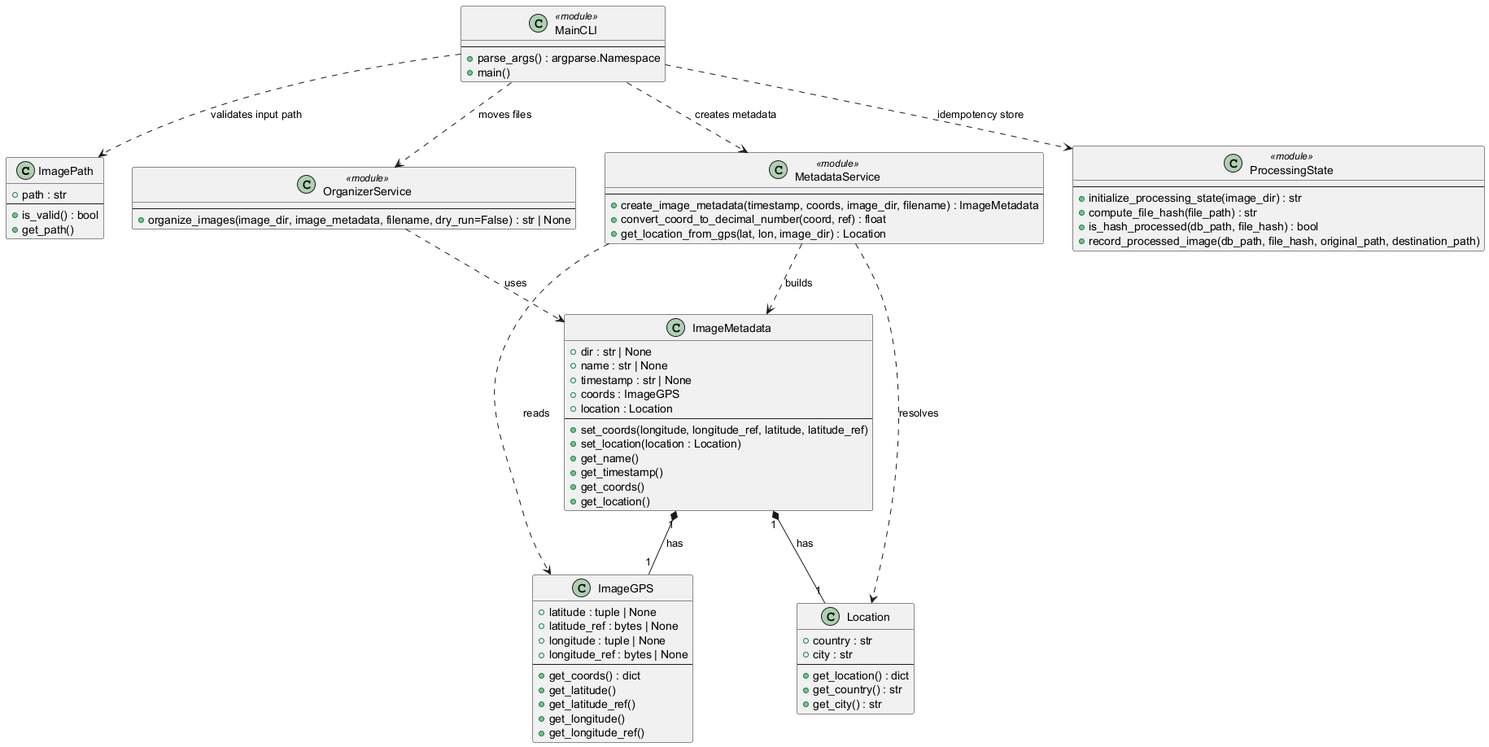
Before: assets/architecture/diagrams/class_diagram.png, a diagram exported from PlantUML (ansandnes/image-sorter).
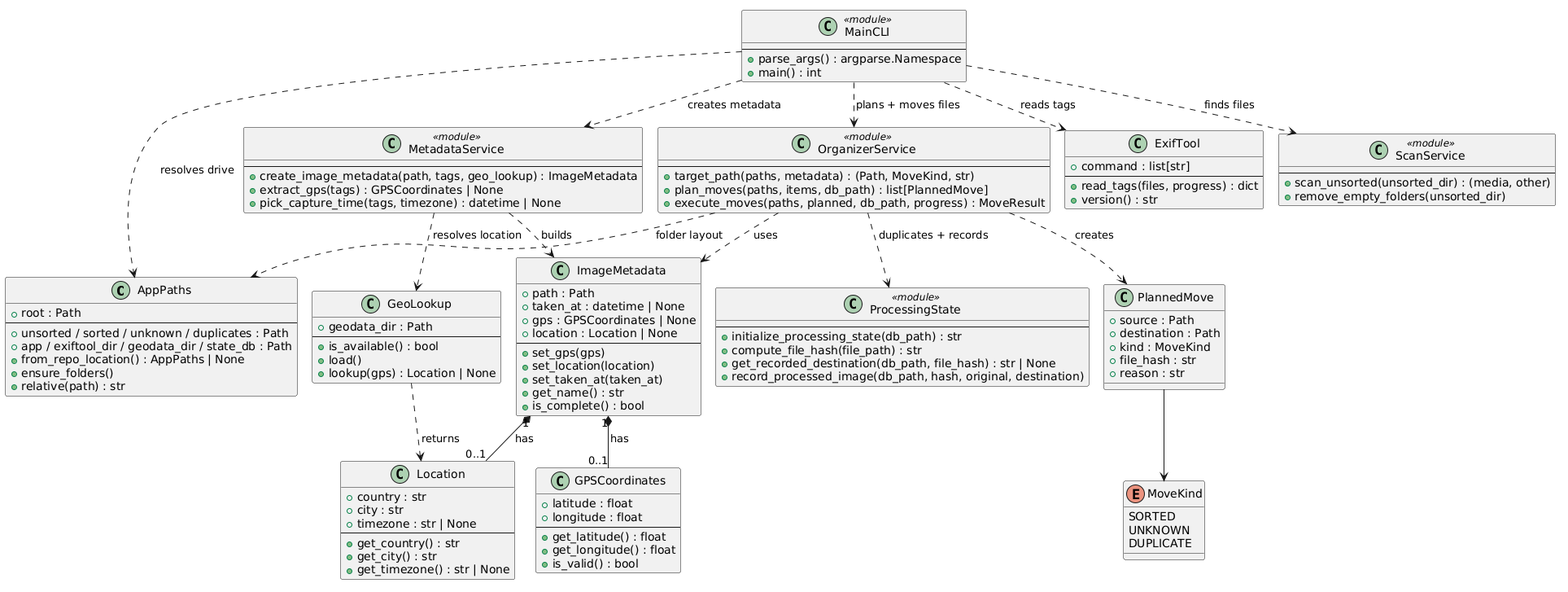
After the change.

Change to the diagram source:
```diff
@@ -1,86 +1,126 @@
 @startuml Image-Sorter
 
-class ImagePath {
-    +path : str
+class AppPaths {
+    +root : Path
     --
-    +is_valid() : bool
-    +get_path()
+    +unsorted / sorted / unknown / duplicates : Path
+    +app / exiftool_dir / geodata_dir / state_db : Path
+    +from_repo_location() : AppPaths | None
+    +ensure_folders()
+    +relative(path) : str
 }
 
-class ImageGPS {
-    +latitude : tuple | None
-    +latitude_ref : bytes | None
-    +longitude : tuple | None
-    +longitude_ref : bytes | None
+class GPSCoordinates {
+    +latitude : float
+    +longitude : float
     --
-    +get_coords() : dict
-    +get_latitude()
-    +get_latitude_ref()
-    +get_longitude()
-    +get_longitude_ref()
+    +get_latitude() : float
+    +get_longitude() : float
+    +is_valid() : bool
 }
 
 class Location {
     +country : str
     +city : str
+    +timezone : str | None
     --
-    +get_location() : dict
     +get_country() : str
     +get_city() : str
+    +get_timezone() : str | None
 }
 
 class ImageMetadata {
-    +dir : str | None
-    +name : str | None
-    +timestamp : str | None
-    +coords : ImageGPS
-    +location : Location
+    +path : Path
+    +taken_at : datetime | None
+    +gps : GPSCoordinates | None
+    +location : Location | None
     --
-    +set_coords(longitude, longitude_ref, latitude, latitude_ref)
-    +set_location(location : Location)
-    +get_name()
-    +get_timestamp()
-    +get_coords()
-    +get_location()
+    +set_gps(gps)
+    +set_location(location)
+    +set_taken_at(taken_at)
+    +get_name() : str
+    +is_complete() : bool
+}
+
+class ExifTool {
+    +command : list[str]
+    --
+    +read_tags(files, progress) : dict
+    +version() : str
+}
+
+class GeoLookup {
+    +geodata_dir : Path
+    --
+    +is_available() : bool
+    +load()
+    +lookup(gps) : Location | None
+}
+
+class PlannedMove {
+    +source : Path
+    +destination : Path
+    +kind : MoveKind
+    +file_hash : str
+    +reason : str
+}
+
+enum MoveKind {
+    SORTED
+    UNKNOWN
+    DUPLICATE
 }
 
 class MetadataService <<module>> {
     --
-    +create_image_metadata(timestamp, coords, image_dir, filename) : ImageMetadata
-    +convert_coord_to_decimal_number(coord, ref) : float
-    +get_location_from_gps(lat, lon, image_dir) : Location
+    +create_image_metadata(path, tags, geo_lookup) : ImageMetadata
+    +extract_gps(tags) : GPSCoordinates | None
+    +pick_capture_time(tags, timezone) : datetime | None
 }
 
 class OrganizerService <<module>> {
     --
-    +organize_images(image_dir, image_metadata, filename, dry_run=False) : str | None
+    +target_path(paths, metadata) : (Path, MoveKind, str)
+    +plan_moves(paths, items, db_path) : list[PlannedMove]
+    +execute_moves(paths, planned, db_path, progress) : MoveResult
+}
+
+class ScanService <<module>> {
+    --
+    +scan_unsorted(unsorted_dir) : (media, other)
+    +remove_empty_folders(unsorted_dir)
 }
 
 class ProcessingState <<module>> {
     --
-    +initialize_processing_state(image_dir) : str
+    +initialize_processing_state(db_path) : str
     +compute_file_hash(file_path) : str
-    +is_hash_processed(db_path, file_hash) : bool
-    +record_processed_image(db_path, file_hash, original_path, destination_path)
+    +get_recorded_destination(db_path, file_hash) : str | None
+    +record_processed_image(db_path, hash, original, destination)
 }
 
 class MainCLI <<module>> {
     --
     +parse_args() : argparse.Namespace
-    +main()
+    +main() : int
 }
 
 
-ImageMetadata "1" *-- "1" ImageGPS : has
-ImageMetadata "1" *-- "1" Location : has
+ImageMetadata "1" *-- "0..1" GPSCoordinates : has
+ImageMetadata "1" *-- "0..1" Location : has
+PlannedMove --> MoveKind
 
 MetadataService ..> ImageMetadata : builds
-MetadataService ..> ImageGPS : reads
-MetadataService ..> Location : resolves
+MetadataService ..> GeoLookup : resolves location
+GeoLookup ..> Location : returns
 OrganizerService ..> ImageMetadata : uses
-MainCLI ..> ImagePath : validates input path
+OrganizerService ..> PlannedMove : creates
+OrganizerService ..> ProcessingState : duplicates + records
+OrganizerService ..> AppPaths : folder layout
+MainCLI ..> AppPaths : resolves drive
+MainCLI ..> ScanService : finds files
+MainCLI ..> ExifTool : reads tags
 MainCLI ..> MetadataService : creates metadata
-MainCLI ..> OrganizerService : moves files
-MainCLI ..> ProcessingState : idempotency store
+MainCLI ..> OrganizerService : plans + moves files
 
 @enduml
```
